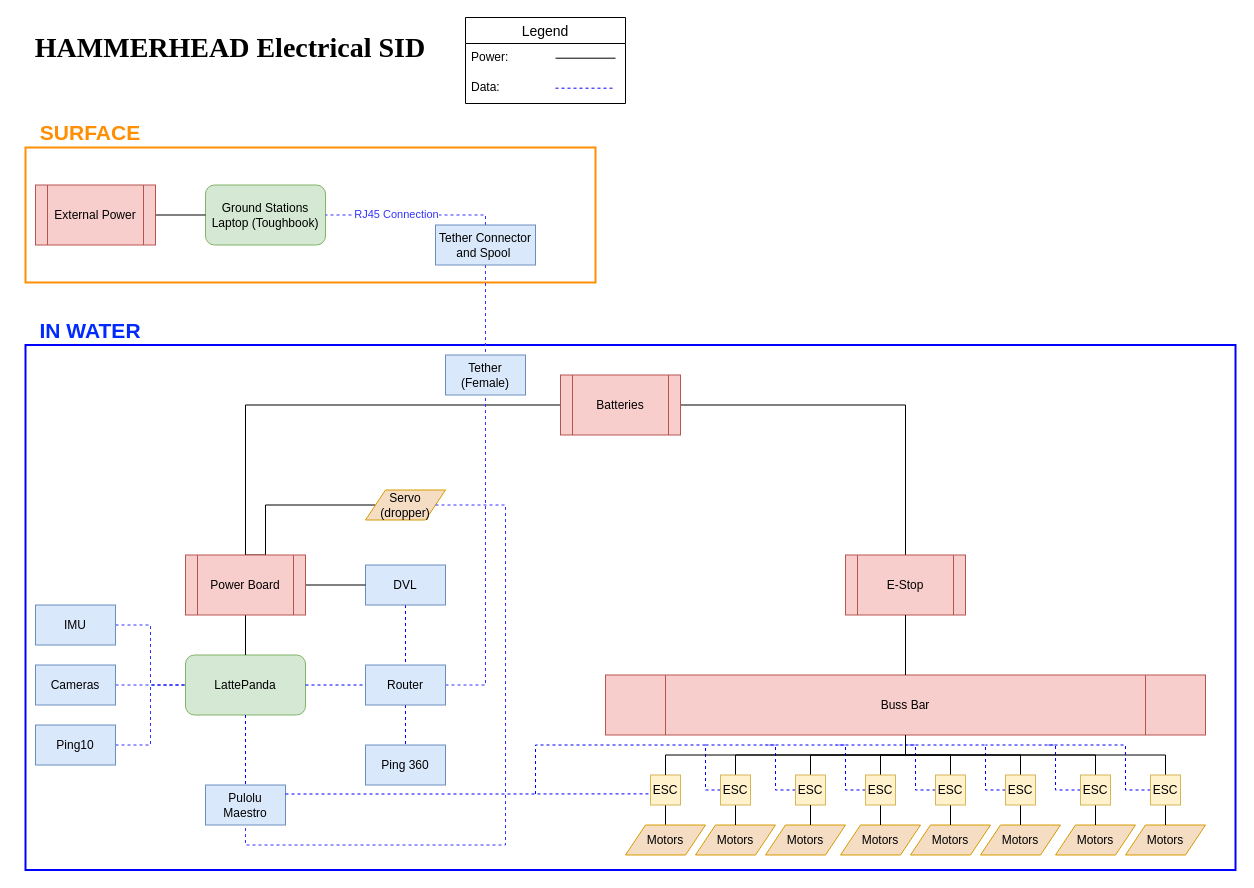
Earlier version of the draw.io diagram HammerheadSID.drawio (sam4413/RobosubSIDs). Source tidied: cells renumbered, new cells numbered last; positions are measured from the earlier drawing's top-left corner, leaving out a move shared by most shapes. Both pictures are drawn from the tidied source at 100%, with x=0, y=0 at pixel (25, 17).
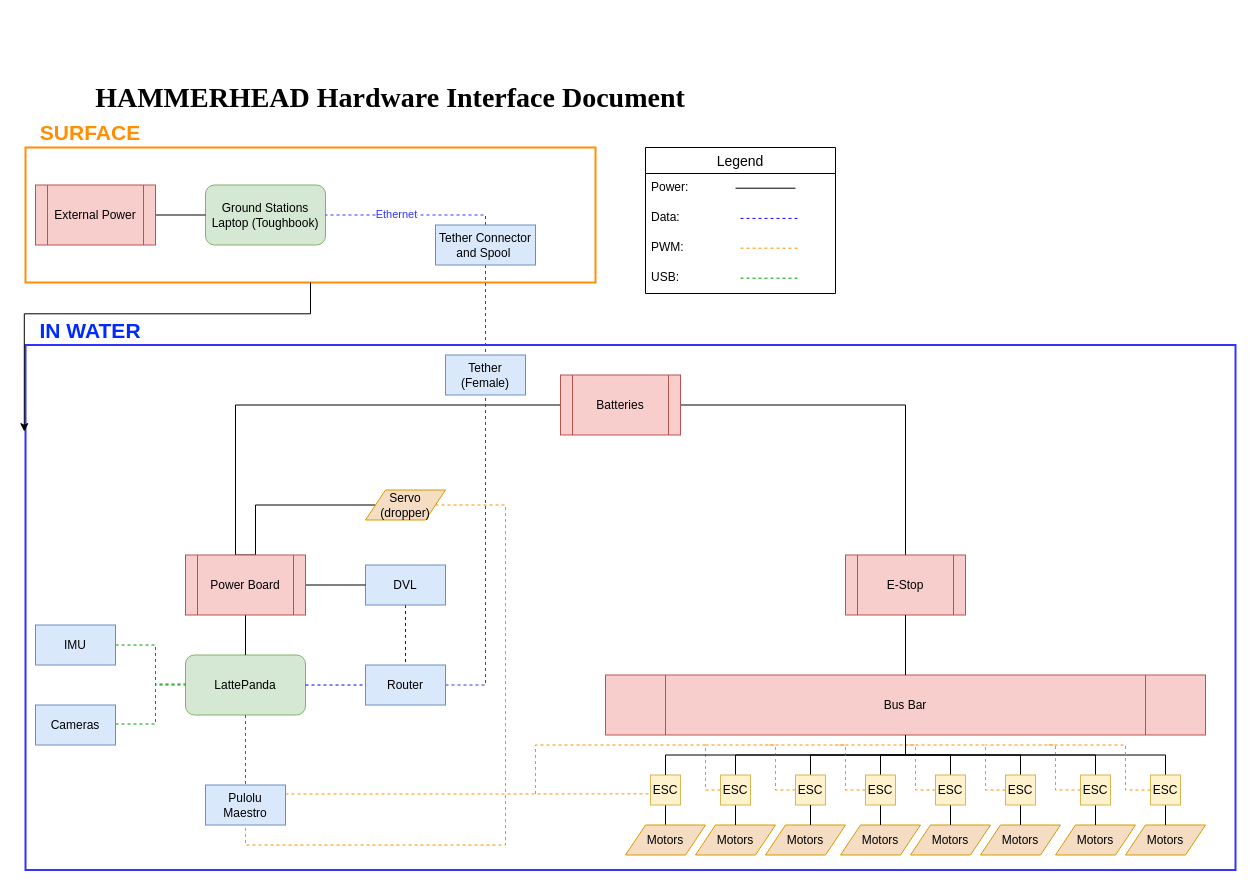
After the change.

The change refers to these unchanged cells:
```xml
<mxCell id="4" value="LattePanda" style="rounded=1;whiteSpace=wrap;html=1;fillColor=#d5e8d4;strokeColor=#82b366;" parent="1" vertex="1">
  <mxGeometry x="160" y="637.5" width="120" height="60" as="geometry" />
</mxCell>
<mxCell id="8" value="&lt;div&gt;&lt;span style=&quot;background-color: transparent; color: light-dark(rgb(0, 0, 0), rgb(255, 255, 255));&quot;&gt;DVL&lt;/span&gt;&lt;/div&gt;" style="rounded=0;whiteSpace=wrap;html=1;fillColor=#dae8fc;strokeColor=#6c8ebf;" parent="1" vertex="1">
  <mxGeometry x="340" y="547.5" width="80" height="40" as="geometry" />
</mxCell>
<mxCell id="10" value="ESC" style="whiteSpace=wrap;html=1;fillColor=#fff2cc;strokeColor=#d6b656;" parent="1" vertex="1">
  <mxGeometry x="625" y="757.5" width="30" height="30" as="geometry" />
</mxCell>
<mxCell id="11" value="Pulolu Maestro" style="rounded=0;whiteSpace=wrap;html=1;fillColor=#dae8fc;strokeColor=#6c8ebf;" parent="1" vertex="1">
  <mxGeometry x="180" y="767.5" width="80" height="40" as="geometry" />
</mxCell>
<mxCell id="20" value="Batteries" style="shape=process;whiteSpace=wrap;html=1;backgroundOutline=1;fillColor=#f8cecc;strokeColor=#b85450;" parent="1" vertex="1">
  <mxGeometry x="535" y="357.5" width="120" height="60" as="geometry" />
</mxCell>
<mxCell id="24" value="Servo (dropper)" style="shape=parallelogram;perimeter=parallelogramPerimeter;whiteSpace=wrap;html=1;fixedSize=1;fillColor=#F5DDC4;strokeColor=#d79b00;" parent="1" vertex="1">
  <mxGeometry x="340" y="472.5" width="80" height="30" as="geometry" />
</mxCell>
<mxCell id="27" value="Power Board" style="shape=process;whiteSpace=wrap;html=1;backgroundOutline=1;fillColor=#f8cecc;strokeColor=#b85450;" parent="1" vertex="1">
  <mxGeometry x="160" y="537.5" width="120" height="60" as="geometry" />
</mxCell>
<mxCell id="30" value="Router" style="rounded=0;whiteSpace=wrap;html=1;fillColor=#dae8fc;strokeColor=#6c8ebf;" parent="1" vertex="1">
  <mxGeometry x="340" y="647.5" width="80" height="40" as="geometry" />
</mxCell>
<mxCell id="44" value="ESC" style="whiteSpace=wrap;html=1;fillColor=#fff2cc;strokeColor=#d6b656;" parent="1" vertex="1">
  <mxGeometry x="695" y="757.5" width="30" height="30" as="geometry" />
</mxCell>
<mxCell id="47" value="ESC" style="whiteSpace=wrap;html=1;fillColor=#fff2cc;strokeColor=#d6b656;" parent="1" vertex="1">
  <mxGeometry x="770" y="757.5" width="30" height="30" as="geometry" />
</mxCell>
<mxCell id="51" value="ESC" style="whiteSpace=wrap;html=1;fillColor=#fff2cc;strokeColor=#d6b656;" parent="1" vertex="1">
  <mxGeometry x="840" y="757.5" width="30" height="30" as="geometry" />
</mxCell>
<mxCell id="56" value="ESC" style="whiteSpace=wrap;html=1;fillColor=#fff2cc;strokeColor=#d6b656;" parent="1" vertex="1">
  <mxGeometry x="910" y="757.5" width="30" height="30" as="geometry" />
</mxCell>
<mxCell id="60" value="ESC" style="whiteSpace=wrap;html=1;fillColor=#fff2cc;strokeColor=#d6b656;" parent="1" vertex="1">
  <mxGeometry x="980" y="757.5" width="30" height="30" as="geometry" />
</mxCell>
<mxCell id="64" value="ESC" style="whiteSpace=wrap;html=1;fillColor=#fff2cc;strokeColor=#d6b656;" parent="1" vertex="1">
  <mxGeometry x="1055" y="757.5" width="30" height="30" as="geometry" />
</mxCell>
<mxCell id="68" value="ESC" style="whiteSpace=wrap;html=1;fillColor=#fff2cc;strokeColor=#d6b656;" parent="1" vertex="1">
  <mxGeometry x="1125" y="757.5" width="30" height="30" as="geometry" />
</mxCell>
<mxCell id="77" style="verticalLabelPosition=bottom;verticalAlign=top;html=1;shape=mxgraph.basic.rect;fillColor2=none;strokeWidth=2;size=20;indent=5;fillColor=none;strokeColor=light-dark(#FF9005,#FFFFFF);" parent="1" vertex="1">
  <mxGeometry y="130" width="570" height="135" as="geometry" />
</mxCell>
<mxCell id="82" style="edgeStyle=orthogonalEdgeStyle;rounded=0;jettySize=auto;html=1;strokeColor=#3333FF;dashed=1;endArrow=none;endFill=0;" parent="1" edge="1" source="85" target="81">
  <mxGeometry relative="1" as="geometry">
    <Array as="points">
      <mxPoint x="460" y="197.5" />
    </Array>
  </mxGeometry>
</mxCell>
```

The edit, as a diff of the source:
```diff
@@
-    <mxCell id="2" style="verticalLabelPosition=bottom;verticalAlign=top;html=1;shape=mxgraph.basic.rect;fillColor2=none;strokeWidth=2;size=20;indent=5;fillColor=none;strokeColor=light-dark(#0000FF,#FFFFFF);" parent="1" vertex="1">
+    <mxCell id="2" style="verticalLabelPosition=bottom;verticalAlign=top;html=1;shape=mxgraph.basic.rect;fillColor2=none;strokeWidth=2;size=20;indent=5;fillColor=none;strokeColor=#3333FF;" parent="1" vertex="1">
       <mxGeometry y="327.5" width="1210" height="525" as="geometry" />
     </mxCell>
-    <mxCell id="3" value="&lt;font face=&quot;Times New Roman&quot; style=&quot;font-size: 28px;&quot;&gt;&lt;b&gt;HAMMERHEAD Electrical SID&lt;/b&gt;&lt;/font&gt;" style="text;html=1;whiteSpace=wrap;strokeColor=none;fillColor=none;align=center;verticalAlign=middle;rounded=0;" parent="1" vertex="1">
-      <mxGeometry y="10" width="410" height="40" as="geometry" />
+    <mxCell id="3" value="&lt;font face=&quot;Times New Roman&quot; style=&quot;font-size: 28px;&quot;&gt;&lt;b&gt;HAMMERHEAD Hardware Interface Document&lt;/b&gt;&lt;/font&gt;" style="text;html=1;whiteSpace=wrap;strokeColor=none;fillColor=none;align=center;verticalAlign=middle;rounded=0;" parent="1" vertex="1">
+      <mxGeometry y="60" width="730" height="40" as="geometry" />
     </mxCell>
@@
-    <mxCell id="5" style="edgeStyle=orthogonalEdgeStyle;rounded=0;jettySize=auto;html=1;entryX=0;entryY=0.5;entryDx=0;entryDy=0;strokeColor=#3333FF;dashed=1;endArrow=none;endFill=0;" parent="1" edge="1" source="6" target="4">
-      <mxGeometry relative="1" as="geometry" />
+    <mxCell id="5" style="edgeStyle=orthogonalEdgeStyle;rounded=0;jettySize=auto;html=1;entryX=0;entryY=0.5;entryDx=0;entryDy=0;strokeColor=light-dark(#009900,#FFFFFF);dashed=1;endArrow=none;endFill=0;" parent="1" edge="1" source="6" target="4">
+      <mxGeometry relative="1" as="geometry">
+        <Array as="points">
+          <mxPoint x="130" y="628" />
+          <mxPoint x="130" y="668" />
+        </Array>
+      </mxGeometry>
     </mxCell>
     <mxCell id="6" value="IMU" style="rounded=0;whiteSpace=wrap;html=1;fillColor=#dae8fc;strokeColor=#6c8ebf;" parent="1" vertex="1">
-      <mxGeometry x="10" y="587.5" width="80" height="40" as="geometry" />
+      <mxGeometry x="10" y="607.5" width="80" height="40" as="geometry" />
     </mxCell>
     <mxCell id="7" style="edgeStyle=orthogonalEdgeStyle;rounded=0;jettySize=auto;html=1;endArrow=none;endFill=0;dashed=1;strokeColor=light-dark(#0000FF,#FFFFFF);" parent="1" edge="1" source="8" target="30">
-      <mxGeometry relative="1" as="geometry" />
+      <mxGeometry relative="1" as="geometry">
+        <Array as="points">
+          <mxPoint x="380" y="620" />
+          <mxPoint x="380" y="620" />
+        </Array>
+      </mxGeometry>
     </mxCell>
@@
-    <mxCell id="12" value="Legend" style="swimlane;fontStyle=0;horizontal=1;startSize=26;align=center;fontSize=14;" parent="1" vertex="1">
-      <mxGeometry x="440" width="160" height="86" as="geometry" />
-    </mxCell>
-    <mxCell id="13" style="endArrow=none;html=1;rounded=0;" parent="12" edge="1">
-      <mxGeometry relative="1" as="geometry">
-        <mxPoint x="90" y="40.7" as="sourcePoint" />
-        <mxPoint x="150" y="40.7" as="targetPoint" />
-      </mxGeometry>
-    </mxCell>
-    <mxCell id="14" value="Power:" style="text;strokeColor=none;fillColor=none;spacingLeft=4;spacingRight=4;overflow=hidden;fontSize=12;whiteSpace=wrap;html=1;" parent="12" vertex="1">
-      <mxGeometry y="26" width="160" height="30" as="geometry" />
-    </mxCell>
-    <mxCell id="15" value="Data:" style="text;strokeColor=none;fillColor=none;spacingLeft=4;spacingRight=4;overflow=hidden;fontSize=12;whiteSpace=wrap;html=1;" parent="12" vertex="1">
-      <mxGeometry y="56" width="160" height="30" as="geometry" />
-    </mxCell>
-    <mxCell id="16" style="endArrow=none;dashed=1;html=1;rounded=0;strokeColor=light-dark(#0000FF,#FFFFFF);" parent="12" edge="1">
-      <mxGeometry relative="1" as="geometry">
-        <mxPoint x="90" y="70.7" as="sourcePoint" />
-        <mxPoint x="150" y="70.7" as="targetPoint" />
-      </mxGeometry>
-    </mxCell>
@@
     <mxCell id="19" style="edgeStyle=orthogonalEdgeStyle;rounded=0;jettySize=auto;html=1;entryX=0.5;entryY=0;entryDx=0;entryDy=0;endArrow=none;endFill=0;" parent="1" edge="1" source="20" target="27">
-      <mxGeometry relative="1" as="geometry" />
+      <mxGeometry relative="1" as="geometry">
+        <Array as="points">
+          <mxPoint x="210" y="388" />
+          <mxPoint x="210" y="538" />
+        </Array>
+      </mxGeometry>
     </mxCell>
@@
-    <mxCell id="21" value="Buss Bar" style="shape=process;whiteSpace=wrap;html=1;backgroundOutline=1;fillColor=#f8cecc;strokeColor=#b85450;" parent="1" vertex="1">
+    <mxCell id="21" value="Bus Bar" style="shape=process;whiteSpace=wrap;html=1;backgroundOutline=1;fillColor=#f8cecc;strokeColor=#b85450;" parent="1" vertex="1">
       <mxGeometry x="580" y="657.5" width="600" height="60" as="geometry" />
     </mxCell>
@@
     <mxCell id="23" style="edgeStyle=orthogonalEdgeStyle;rounded=0;jettySize=auto;html=1;entryX=0.5;entryY=0;entryDx=0;entryDy=0;endArrow=none;endFill=0;" parent="1" edge="1" source="24" target="27">
       <mxGeometry relative="1" as="geometry">
         <Array as="points">
-          <mxPoint x="240" y="487.5" />
-          <mxPoint x="240" y="537.5" />
+          <mxPoint x="230" y="488" />
+          <mxPoint x="230" y="538" />
         </Array>
       </mxGeometry>
     </mxCell>
@@
-    <mxCell id="28" style="edgeStyle=orthogonalEdgeStyle;rounded=0;jettySize=auto;html=1;endArrow=none;endFill=0;dashed=1;strokeColor=light-dark(#0000FF,#FFFFFF);" parent="1" edge="1" source="30" target="74">
-      <mxGeometry relative="1" as="geometry" />
-    </mxCell>
@@
-    <mxCell id="32" style="endArrow=none;dashed=1;html=1;rounded=0;exitX=0.5;exitY=1;exitDx=0;exitDy=0;entryX=0.5;entryY=0;entryDx=0;entryDy=0;strokeColor=light-dark(#0000FF,#FFFFFF);" parent="1" edge="1" source="4" target="11">
+    <mxCell id="32" style="endArrow=none;dashed=1;html=1;rounded=0;exitX=0.5;exitY=1;exitDx=0;exitDy=0;entryX=0.5;entryY=0;entryDx=0;entryDy=0;strokeColor=light-dark(#009900,#FFFFFF);" parent="1" edge="1" source="4" target="11">
       <mxGeometry relative="1" as="geometry" />
     </mxCell>
@@
-    <mxCell id="43" style="edgeStyle=orthogonalEdgeStyle;rounded=0;jettySize=auto;html=1;exitX=0;exitY=0.5;exitDx=0;exitDy=0;endArrow=none;endFill=0;dashed=1;strokeColor=light-dark(#0000FF,#FFFFFF);" parent="1" edge="1" source="44">
+    <mxCell id="43" style="edgeStyle=orthogonalEdgeStyle;rounded=0;jettySize=auto;html=1;exitX=0;exitY=0.5;exitDx=0;exitDy=0;endArrow=none;endFill=0;dashed=1;strokeColor=#FF8E03;" parent="1" edge="1" source="44">
       <mxGeometry relative="1" as="geometry">
         <mxPoint x="510" y="777.5" as="targetPoint" />
         <Array as="points">
           <mxPoint x="680" y="772.5" />
           <mxPoint x="680" y="727.5" />
           <mxPoint x="510" y="727.5" />
         </Array>
       </mxGeometry>
     </mxCell>
@@
-    <mxCell id="46" style="edgeStyle=orthogonalEdgeStyle;rounded=0;jettySize=auto;html=1;exitX=0;exitY=0.5;exitDx=0;exitDy=0;endArrow=none;endFill=0;dashed=1;strokeColor=light-dark(#0000FF,#FFFFFF);" parent="1" edge="1" source="47">
+    <mxCell id="46" style="edgeStyle=orthogonalEdgeStyle;rounded=0;jettySize=auto;html=1;exitX=0;exitY=0.5;exitDx=0;exitDy=0;endArrow=none;endFill=0;dashed=1;strokeColor=#FF8E03;" parent="1" edge="1" source="47">
       <mxGeometry relative="1" as="geometry">
         <mxPoint x="680" y="727.5" as="targetPoint" />
         <Array as="points">
           <mxPoint x="750" y="772.5" />
           <mxPoint x="750" y="727.5" />
         </Array>
       </mxGeometry>
     </mxCell>
@@
-    <mxCell id="50" style="edgeStyle=orthogonalEdgeStyle;rounded=0;jettySize=auto;html=1;exitX=0;exitY=0.5;exitDx=0;exitDy=0;strokeColor=light-dark(#0000FF,#FFFFFF);endArrow=none;endFill=0;dashed=1;" parent="1" edge="1" source="51">
+    <mxCell id="50" style="edgeStyle=orthogonalEdgeStyle;rounded=0;jettySize=auto;html=1;exitX=0;exitY=0.5;exitDx=0;exitDy=0;strokeColor=#FF8E03;endArrow=none;endFill=0;dashed=1;" parent="1" edge="1" source="51">
       <mxGeometry relative="1" as="geometry">
         <mxPoint x="740" y="727.5" as="targetPoint" />
         <Array as="points">
           <mxPoint x="820" y="772.5" />
           <mxPoint x="820" y="727.5" />
         </Array>
       </mxGeometry>
     </mxCell>
@@
-    <mxCell id="55" style="edgeStyle=orthogonalEdgeStyle;rounded=0;jettySize=auto;html=1;exitX=0;exitY=0.5;exitDx=0;exitDy=0;endArrow=none;endFill=0;dashed=1;strokeColor=light-dark(#0000FF,#FFFFFF);" parent="1" edge="1" source="56">
+    <mxCell id="55" style="edgeStyle=orthogonalEdgeStyle;rounded=0;jettySize=auto;html=1;exitX=0;exitY=0.5;exitDx=0;exitDy=0;endArrow=none;endFill=0;dashed=1;strokeColor=#FF8E03;" parent="1" edge="1" source="56">
       <mxGeometry relative="1" as="geometry">
         <mxPoint x="810" y="727.5" as="targetPoint" />
         <Array as="points">
           <mxPoint x="890" y="772.5" />
           <mxPoint x="890" y="727.5" />
         </Array>
       </mxGeometry>
     </mxCell>
@@
-    <mxCell id="59" style="edgeStyle=orthogonalEdgeStyle;rounded=0;jettySize=auto;html=1;exitX=0;exitY=0.5;exitDx=0;exitDy=0;strokeColor=light-dark(#0000FF,#FFFFFF);endArrow=none;endFill=0;dashed=1;" parent="1" edge="1" source="60">
+    <mxCell id="59" style="edgeStyle=orthogonalEdgeStyle;rounded=0;jettySize=auto;html=1;exitX=0;exitY=0.5;exitDx=0;exitDy=0;strokeColor=#FF8E03;endArrow=none;endFill=0;dashed=1;" parent="1" edge="1" source="60">
       <mxGeometry relative="1" as="geometry">
         <mxPoint x="880" y="727.5" as="targetPoint" />
         <Array as="points">
           <mxPoint x="960" y="772.5" />
           <mxPoint x="960" y="727.5" />
         </Array>
       </mxGeometry>
     </mxCell>
@@
-    <mxCell id="63" style="edgeStyle=orthogonalEdgeStyle;rounded=0;jettySize=auto;html=1;exitX=0;exitY=0.5;exitDx=0;exitDy=0;strokeColor=light-dark(#0000FF,#FFFFFF);endArrow=none;endFill=0;dashed=1;" parent="1" edge="1" source="64">
+    <mxCell id="63" style="edgeStyle=orthogonalEdgeStyle;rounded=0;jettySize=auto;html=1;exitX=0;exitY=0.5;exitDx=0;exitDy=0;strokeColor=#FF8E03;endArrow=none;endFill=0;dashed=1;" parent="1" edge="1" source="64">
       <mxGeometry relative="1" as="geometry">
         <mxPoint x="960" y="727.5" as="targetPoint" />
         <Array as="points">
           <mxPoint x="1030" y="772.5" />
           <mxPoint x="1030" y="727.5" />
         </Array>
       </mxGeometry>
     </mxCell>
@@
-    <mxCell id="67" style="edgeStyle=orthogonalEdgeStyle;rounded=0;jettySize=auto;html=1;exitX=0;exitY=0.5;exitDx=0;exitDy=0;endArrow=none;endFill=0;dashed=1;strokeColor=light-dark(#0000FF,#FFFFFF);" parent="1" edge="1" source="68">
+    <mxCell id="67" style="edgeStyle=orthogonalEdgeStyle;rounded=0;jettySize=auto;html=1;exitX=0;exitY=0.5;exitDx=0;exitDy=0;endArrow=none;endFill=0;dashed=1;strokeColor=#FF8E03;" parent="1" edge="1" source="68">
       <mxGeometry relative="1" as="geometry">
         <mxPoint x="1020" y="727.5" as="targetPoint" />
         <Array as="points">
           <mxPoint x="1100" y="772.5" />
           <mxPoint x="1100" y="727.5" />
         </Array>
       </mxGeometry>
     </mxCell>
@@
-    <mxCell id="71" style="edgeStyle=orthogonalEdgeStyle;rounded=0;jettySize=auto;html=1;entryX=0.014;entryY=0.629;entryDx=0;entryDy=0;entryPerimeter=0;endArrow=none;endFill=0;dashed=1;strokeColor=light-dark(#0000FF,#FFFFFF);" parent="1" edge="1" source="11" target="10">
+    <mxCell id="71" style="edgeStyle=orthogonalEdgeStyle;rounded=0;jettySize=auto;html=1;entryX=0.014;entryY=0.629;entryDx=0;entryDy=0;entryPerimeter=0;endArrow=none;endFill=0;dashed=1;strokeColor=#FF8E03;" parent="1" edge="1" source="11" target="10">
       <mxGeometry relative="1" as="geometry">
         <Array as="points">
           <mxPoint x="470" y="776.5" />
           <mxPoint x="470" y="776.5" />
         </Array>
       </mxGeometry>
     </mxCell>
-    <mxCell id="72" style="edgeStyle=orthogonalEdgeStyle;rounded=0;jettySize=auto;html=1;entryX=0;entryY=0.5;entryDx=0;entryDy=0;strokeColor=#3333FF;dashed=1;endArrow=none;endFill=0;" parent="1" edge="1" source="73" target="4">
-      <mxGeometry relative="1" as="geometry" />
-    </mxCell>
-    <mxCell id="73" value="Ping10" style="rounded=0;whiteSpace=wrap;html=1;fillColor=#dae8fc;strokeColor=#6c8ebf;" parent="1" vertex="1">
-      <mxGeometry x="10" y="707.5" width="80" height="40" as="geometry" />
-    </mxCell>
-    <mxCell id="74" value="Ping 360" style="rounded=0;whiteSpace=wrap;html=1;fillColor=#dae8fc;strokeColor=#6c8ebf;" parent="1" vertex="1">
-      <mxGeometry x="340" y="727.5" width="80" height="40" as="geometry" />
-    </mxCell>
-    <mxCell id="75" style="edgeStyle=orthogonalEdgeStyle;rounded=0;jettySize=auto;html=1;entryX=0;entryY=0.5;entryDx=0;entryDy=0;strokeColor=#3333FF;dashed=1;endArrow=none;endFill=0;" parent="1" edge="1" source="76" target="4">
-      <mxGeometry relative="1" as="geometry" />
+    <mxCell id="75" style="edgeStyle=orthogonalEdgeStyle;rounded=0;orthogonalLoop=1;jettySize=auto;html=1;entryX=0;entryY=0.5;entryDx=0;entryDy=0;strokeColor=light-dark(#009900,#FFFFFF);dashed=1;endArrow=none;endFill=0;" parent="1" edge="1">
+      <mxGeometry relative="1" as="geometry">
+        <mxPoint x="90" y="706.5" as="sourcePoint" />
+        <mxPoint x="160" y="666.5" as="targetPoint" />
+        <Array as="points">
+          <mxPoint x="130" y="707" />
+          <mxPoint x="130" y="667" />
+        </Array>
+      </mxGeometry>
     </mxCell>
     <mxCell id="76" value="Cameras" style="rounded=0;whiteSpace=wrap;html=1;fillColor=#dae8fc;strokeColor=#6c8ebf;" parent="1" vertex="1">
-      <mxGeometry x="10" y="647.5" width="80" height="40" as="geometry" />
+      <mxGeometry x="10" y="687.5" width="80" height="40" as="geometry" />
     </mxCell>
@@
-    <mxCell id="79" style="edgeStyle=orthogonalEdgeStyle;rounded=0;jettySize=auto;html=1;entryX=0.5;entryY=1;entryDx=0;entryDy=0;endArrow=none;endFill=0;dashed=1;strokeColor=#3333FF;" parent="1" edge="1" source="24" target="11">
+    <mxCell id="79" style="edgeStyle=orthogonalEdgeStyle;rounded=0;jettySize=auto;html=1;entryX=0.5;entryY=1;entryDx=0;entryDy=0;endArrow=none;endFill=0;dashed=1;strokeColor=#FF8E03;" parent="1" edge="1" source="24" target="11">
       <mxGeometry relative="1" as="geometry">
         <Array as="points">
           <mxPoint x="480" y="487.5" />
           <mxPoint x="480" y="827.5" />
           <mxPoint x="220" y="827.5" />
         </Array>
       </mxGeometry>
     </mxCell>
@@
-    <mxCell id="83" value="RJ45 Connection" style="edgeLabel;html=1;align=center;verticalAlign=middle;fontColor=#3333FF;" parent="82" vertex="1">
+    <mxCell id="83" value="Ethernet" style="edgeLabel;html=1;align=center;verticalAlign=middle;fontColor=#3333FF;" parent="82" vertex="1">
       <mxGeometry x="0.18" y="-1" relative="1" as="geometry" />
     </mxCell>
@@
+    <mxCell id="12" value="Legend" style="swimlane;fontStyle=0;horizontal=1;startSize=26;align=center;fontSize=14;" parent="1" vertex="1">
+      <mxGeometry x="620" y="130" width="190" height="146" as="geometry" />
+    </mxCell>
+    <mxCell id="88" style="endArrow=none;html=1;rounded=0;" parent="12" edge="1">
+      <mxGeometry relative="1" as="geometry">
+        <mxPoint x="90" y="40.7" as="sourcePoint" />
+        <mxPoint x="150" y="40.7" as="targetPoint" />
+      </mxGeometry>
+    </mxCell>
+    <mxCell id="14" value="Power:" style="text;strokeColor=none;fillColor=none;spacingLeft=4;spacingRight=4;overflow=hidden;fontSize=12;whiteSpace=wrap;html=1;" parent="12" vertex="1">
+      <mxGeometry y="26" width="190" height="30" as="geometry" />
+    </mxCell>
+    <mxCell id="15" value="&lt;div&gt;Data:&lt;/div&gt;&lt;div&gt;&lt;br&gt;&lt;/div&gt;&lt;div&gt;&lt;br&gt;&lt;/div&gt;" style="text;strokeColor=none;fillColor=none;spacingLeft=4;spacingRight=4;overflow=hidden;fontSize=12;whiteSpace=wrap;html=1;" parent="12" vertex="1">
+      <mxGeometry y="56" width="190" height="30" as="geometry" />
+    </mxCell>
+    <mxCell id="89" style="endArrow=none;dashed=1;html=1;rounded=0;strokeColor=light-dark(#FF8E03,#FFFFFF);" parent="12" edge="1">
+      <mxGeometry relative="1" as="geometry">
+        <mxPoint x="95" y="100.7" as="sourcePoint" />
+        <mxPoint x="155" y="100.7" as="targetPoint" />
+      </mxGeometry>
+    </mxCell>
+    <mxCell id="90" value="PWM:" style="text;strokeColor=none;fillColor=none;spacingLeft=4;spacingRight=4;overflow=hidden;fontSize=12;whiteSpace=wrap;html=1;" parent="12" vertex="1">
+      <mxGeometry y="86" width="190" height="30" as="geometry" />
+    </mxCell>
+    <mxCell id="91" style="endArrow=none;dashed=1;html=1;rounded=0;strokeColor=light-dark(#009900,#FFFFFF);" parent="12" edge="1">
+      <mxGeometry relative="1" as="geometry">
+        <mxPoint x="95" y="130.7" as="sourcePoint" />
+        <mxPoint x="155" y="130.7" as="targetPoint" />
+      </mxGeometry>
+    </mxCell>
+    <mxCell id="92" value="USB:" style="text;strokeColor=none;fillColor=none;spacingLeft=4;spacingRight=4;overflow=hidden;fontSize=12;whiteSpace=wrap;html=1;" parent="12" vertex="1">
+      <mxGeometry y="116" width="190" height="30" as="geometry" />
+    </mxCell>
+    <mxCell id="93" style="endArrow=none;dashed=1;html=1;rounded=0;strokeColor=light-dark(#1302FF,#FFFFFF);fontColor=#FF0000;" parent="1" edge="1">
+      <mxGeometry relative="1" as="geometry">
+        <mxPoint x="715" y="200.9" as="sourcePoint" />
+        <mxPoint x="775" y="200.9" as="targetPoint" />
+      </mxGeometry>
+    </mxCell>
+    <mxCell id="94" style="edgeStyle=orthogonalEdgeStyle;rounded=0;jettySize=auto;html=1;entryX=-0.001;entryY=0.165;entryDx=0;entryDy=0;entryPerimeter=0;" parent="1" edge="1" source="77" target="2">
+      <mxGeometry relative="1" as="geometry" />
+    </mxCell>
```
